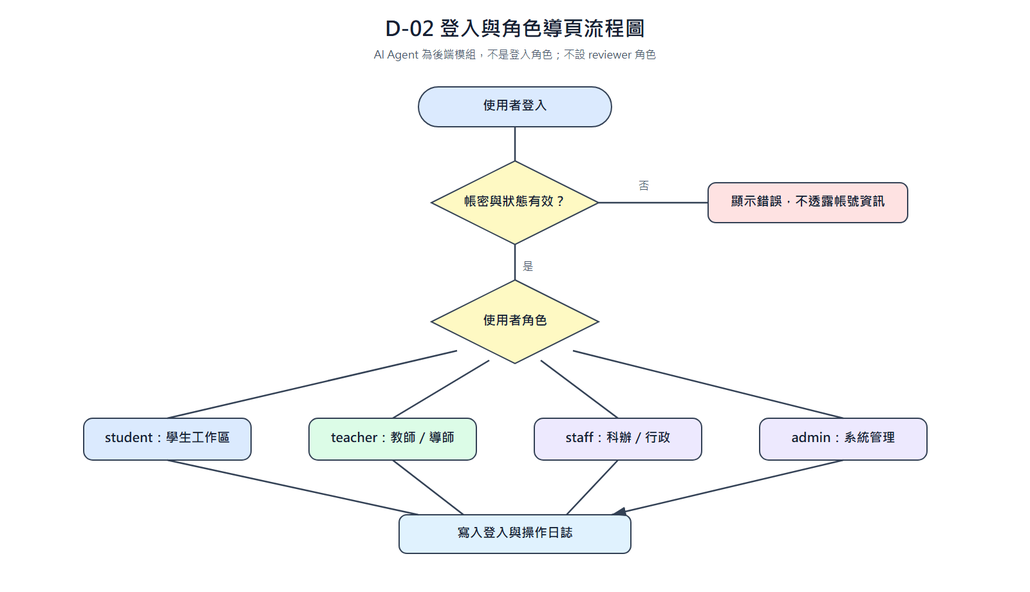
Earlier version of the Mermaid export docs/images/D-02-login-role-routing.png (vujhdcusa/1028). Its source is kept beside it as docs/images/D-02-login-role-routing.mmd.
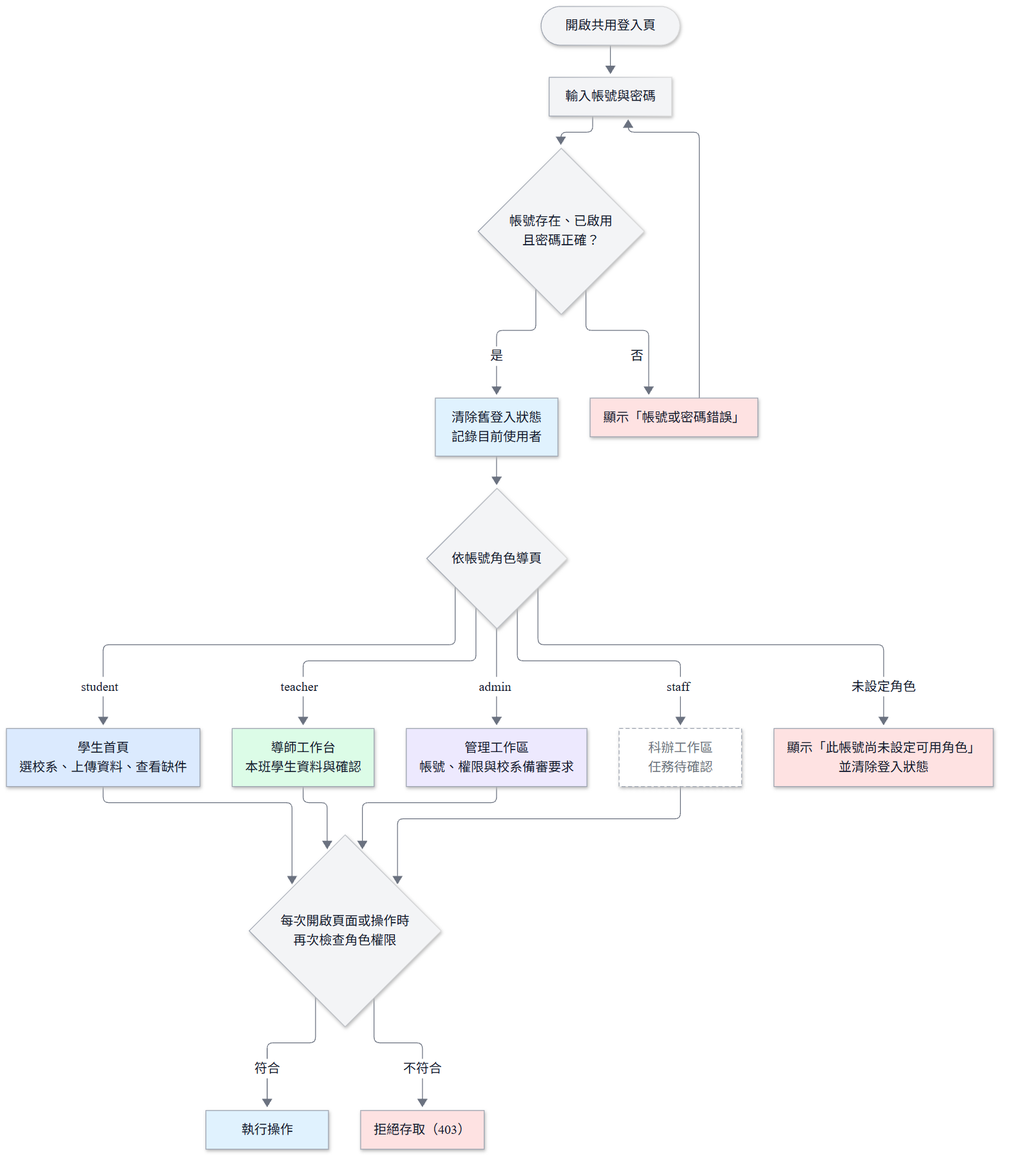
After the commit.

The edit, as a diff of the source:
```diff
@@ -1,19 +1,26 @@
-%%{init: {'theme':'base','themeVariables': {'fontFamily':'Microsoft JhengHei, Noto Sans TC, Arial, sans-serif','primaryColor':'#F3F4F6','primaryTextColor':'#111827','primaryBorderColor':'#9CA3AF','lineColor':'#6B7280','edgeLabelBackground':'#FFFFFF'}}}%%
+%%{init: {'theme':'base','themeVariables': {'fontFamily':'Microsoft JhengHei, Noto Sans TC, Arial, sans-serif','primaryColor':'#F3F4F6','primaryTextColor':'#111827','primaryBorderColor':'#9CA3AF','lineColor':'#6B7280','edgeLabelBackground':'#FFFFFF'},'flowchart':{'wrappingWidth':400}}}%%
 flowchart TD
-    classDef system fill:#F3F4F6,stroke:#9CA3AF,color:#111827,stroke-width:1px;
+    classDef system fill:#E0F2FE,stroke:#9CA3AF,color:#111827,stroke-width:1px;
     classDef student fill:#DBEAFE,stroke:#9CA3AF,color:#111827,stroke-width:1px;
     classDef teacher fill:#DCFCE7,stroke:#9CA3AF,color:#111827,stroke-width:1px;
-    classDef staff fill:#EDE9FE,stroke:#9CA3AF,color:#111827,stroke-width:1px;
+    classDef admin fill:#EDE9FE,stroke:#9CA3AF,color:#111827,stroke-width:1px;
     classDef alert fill:#FEE2E2,stroke:#9CA3AF,color:#111827,stroke-width:1px;
+    classDef pending fill:#FFFFFF,stroke:#9CA3AF,color:#6B7280,stroke-width:1px,stroke-dasharray:5 3;
 
-    Start([登入系統]) --> Auth{帳密與帳號狀態有效？}
-    Auth -- 否 --> Error[顯示登入錯誤]:::alert
-    Auth -- 是 --> Role{判斷登入角色}
-    Role -- student --> Student[學生工作檯：上傳、確認與產出]:::student
-    Role -- teacher --> Teacher[教師工作區：回饋與補件建議]:::teacher
-    Role -- staff --> Staff[科辦工作區：規則與結論確認]:::staff
-    Role -- admin --> Admin[管理工作區：帳號與系統設定]:::staff
-    Student --> Log[寫入操作紀錄]:::system
-    Teacher --> Log
-    Staff --> Log
-    Admin --> Log
+    Start([開啟共用登入頁]) --> Input[輸入帳號與密碼]
+    Input --> Auth{帳號存在、已啟用<br/>且密碼正確？}
+    Auth -- 否 --> Err[顯示「帳號或密碼錯誤」]:::alert
+    Err --> Input
+    Auth -- 是 --> Session[清除舊登入狀態<br/>記錄目前使用者]:::system
+    Session --> Role{依帳號角色導頁}
+    Role -- student --> S[學生首頁<br/>選校系、上傳資料、查看缺件]:::student
+    Role -- teacher --> T[導師工作台<br/>本班學生資料與確認]:::teacher
+    Role -- admin --> A[管理工作區<br/>帳號、權限與校系備審要求]:::admin
+    Role -- staff --> F[科辦工作區<br/>任務待確認]:::pending
+    Role -- 未設定角色 --> NoRole[顯示「此帳號尚未設定可用角色」<br/>並清除登入狀態]:::alert
+    S --> Guard{每次開啟頁面或操作時<br/>再次檢查角色權限}
+    T --> Guard
+    A --> Guard
+    F --> Guard
+    Guard -- 符合 --> Allow[執行操作]:::system
+    Guard -- 不符合 --> Deny[拒絕存取（403）]:::alert
```
